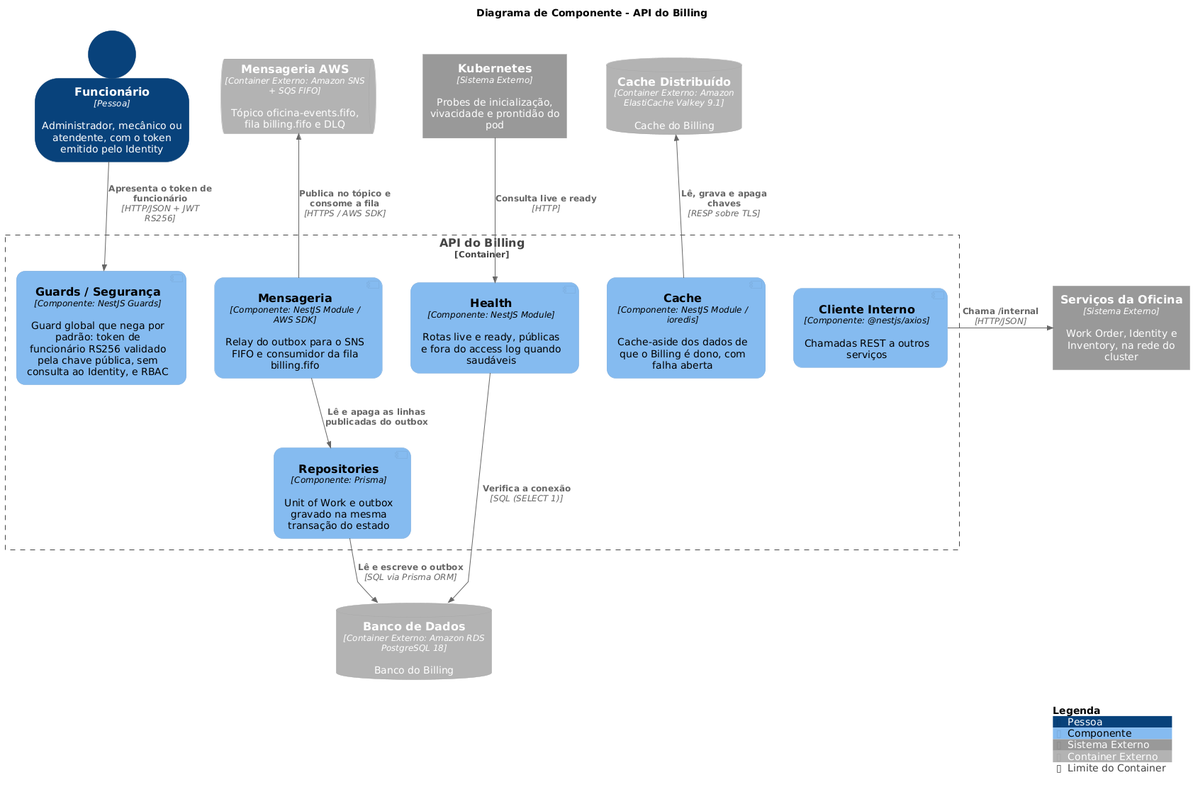
FIAP-15SOAT/oficina-mecanica-billing-service keeps this PlantUML diagram as docs/c4/images/c4-component.png. Above is the earlier version.
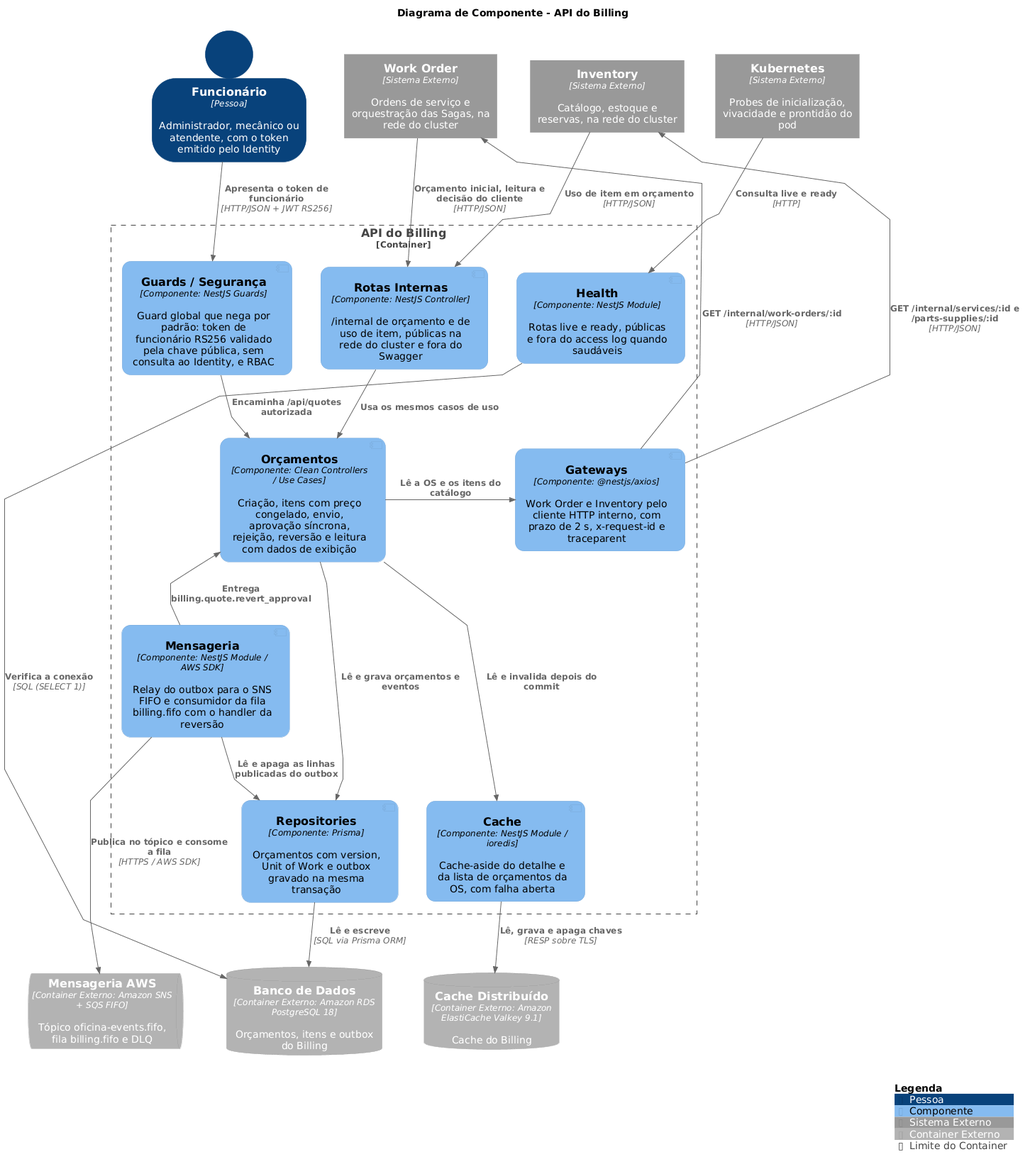
The same file after the commit.

Diff of the diagram source:
```diff
@@ -26,38 +26,53 @@
 title Diagrama de Componente - API do Billing
 
 Person(staff, "Funcionário", "Administrador, mecânico ou atendente, com o token emitido pelo Identity")
-ContainerQueue_Ext(sns, "Mensageria AWS", "Amazon SNS + SQS FIFO", "Tópico oficina-events.fifo, fila billing.fifo e DLQ")
+System_Ext(workOrder, "Work Order", "Ordens de serviço e orquestração das Sagas, na rede do cluster")
+System_Ext(inventory, "Inventory", "Catálogo, estoque e reservas, na rede do cluster")
 System_Ext(k8s, "Kubernetes", "Probes de inicialização, vivacidade e prontidão do pod")
-ContainerDb_Ext(valkey, "Cache Distribuído", "Amazon ElastiCache Valkey 9.1", "Cache do Billing")
 
 Container_Boundary(api, "API do Billing") {
     Component(guards, "Guards / Segurança", "NestJS Guards", "Guard global que nega por padrão: token de funcionário RS256 validado pela chave pública, sem consulta ao Identity, e RBAC", $baseShape="component")
-    Component(messaging, "Mensageria", "NestJS Module / AWS SDK", "Relay do outbox para o SNS FIFO e consumidor da fila billing.fifo", $baseShape="component")
+    Component(internalRoutes, "Rotas Internas", "NestJS Controller", "/internal de orçamento e de uso de item, públicas na rede do cluster e fora do Swagger", $baseShape="component")
     Component(health, "Health", "NestJS Module", "Rotas live e ready, públicas e fora do access log quando saudáveis", $baseShape="component")
-    Component(cache, "Cache", "NestJS Module / ioredis", "Cache-aside dos dados de que o Billing é dono, com falha aberta", $baseShape="component")
-    Component(internalClient, "Cliente Interno", "@nestjs/axios", "Chamadas REST a outros serviços", $baseShape="component")
-    Component(repositories, "Repositories", "Prisma", "Unit of Work e outbox gravado na mesma transação do estado", $baseShape="component")
+    Component(quotes, "Orçamentos", "Clean Controllers / Use Cases", "Criação, itens com preço congelado, envio, aprovação síncrona, rejeição, reversão e leitura com dados de exibição", $baseShape="component")
+    Component(gateways, "Gateways", "@nestjs/axios", "Work Order e Inventory pelo cliente HTTP interno, com prazo de 2 s, x-request-id e traceparent", $baseShape="component")
+    Component(messaging, "Mensageria", "NestJS Module / AWS SDK", "Relay do outbox para o SNS FIFO e consumidor da fila billing.fifo com o handler da reversão", $baseShape="component")
+    Component(cache, "Cache", "NestJS Module / ioredis", "Cache-aside do detalhe e da lista de orçamentos da OS, com falha aberta", $baseShape="component")
+    Component(repositories, "Repositories", "Prisma", "Orçamentos com version, Unit of Work e outbox gravado na mesma transação", $baseShape="component")
 }
 
-System_Ext(services, "Serviços da Oficina", "Work Order, Identity e Inventory, na rede do cluster")
-ContainerDb_Ext(postgres, "Banco de Dados", "Amazon RDS PostgreSQL 18", "Banco do Billing")
+ContainerQueue_Ext(sns, "Mensageria AWS", "Amazon SNS + SQS FIFO", "Tópico oficina-events.fifo, fila billing.fifo e DLQ")
+ContainerDb_Ext(postgres, "Banco de Dados", "Amazon RDS PostgreSQL 18", "Orçamentos, itens e outbox do Billing")
+ContainerDb_Ext(valkey, "Cache Distribuído", "Amazon ElastiCache Valkey 9.1", "Cache do Billing")
 
-Lay_R(staff, sns)
-Lay_R(sns, k8s)
-Lay_R(k8s, valkey)
-Lay_R(guards, messaging)
-Lay_R(messaging, health)
-Lay_R(health, cache)
-Lay_R(cache, internalClient)
+Lay_R(staff, workOrder)
+Lay_R(workOrder, inventory)
+Lay_R(inventory, k8s)
+Lay_R(guards, internalRoutes)
+Lay_R(internalRoutes, health)
+Lay_R(gateways, quotes)
+Lay_R(quotes, messaging)
+Lay_R(repositories, cache)
+Lay_R(sns, postgres)
+Lay_R(postgres, valkey)
 
 Rel_D(staff, guards, "Apresenta o token de funcionário", "HTTP/JSON + JWT RS256")
+Rel_D(workOrder, internalRoutes, "Orçamento inicial, leitura e decisão do cliente", "HTTP/JSON")
+Rel_D(inventory, internalRoutes, "Uso de item em orçamento", "HTTP/JSON")
 Rel_D(k8s, health, "Consulta live e ready", "HTTP")
-Rel_U(messaging, sns, "Publica no tópico e consome a fila", "HTTPS / AWS SDK")
-Rel_U(cache, valkey, "Lê, grava e apaga chaves", "RESP sobre TLS")
-Rel_R(internalClient, services, "Chama /internal", "HTTP/JSON")
+Rel_D(guards, quotes, "Encaminha /api/quotes autorizada")
+Rel_D(internalRoutes, quotes, "Usa os mesmos casos de uso")
+Rel_L(quotes, gateways, "Lê a OS e os itens do catálogo")
+Rel_U(gateways, workOrder, "GET /internal/work-orders/:id", "HTTP/JSON")
+Rel_U(gateways, inventory, "GET /internal/services/:id e /parts-supplies/:id", "HTTP/JSON")
+Rel_D(quotes, repositories, "Lê e grava orçamentos e eventos")
+Rel_D(quotes, cache, "Lê e invalida depois do commit")
+Rel(messaging, quotes, "Entrega billing.quote.revert_approval")
+Rel_D(messaging, repositories, "Lê e apaga as linhas publicadas do outbox")
+Rel_D(messaging, sns, "Publica no tópico e consome a fila", "HTTPS / AWS SDK")
+Rel_D(repositories, postgres, "Lê e escreve", "SQL via Prisma ORM")
+Rel_D(cache, valkey, "Lê, grava e apaga chaves", "RESP sobre TLS")
 Rel_D(health, postgres, "Verifica a conexão", "SQL (SELECT 1)")
-Rel_D(messaging, repositories, "Lê e apaga as linhas publicadas do outbox")
-Rel_D(repositories, postgres, "Lê e escreve o outbox", "SQL via Prisma ORM")
 
 SHOW_LEGEND()
 @enduml
```
